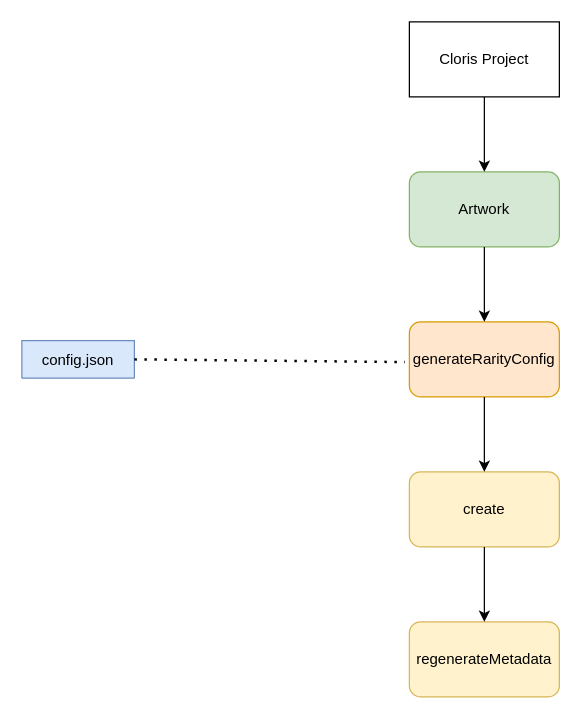
The draw.io diagram ClorisRoadmap.drawio in shaunmsoria/Cloris, before the edit. Source tidied: cells renumbered, new cells numbered last; positions are measured from the earlier drawing's top-left corner, leaving out a move shared by most shapes. Both pictures are drawn from the tidied source at 125%, with x=0, y=0 at pixel (21, 21).
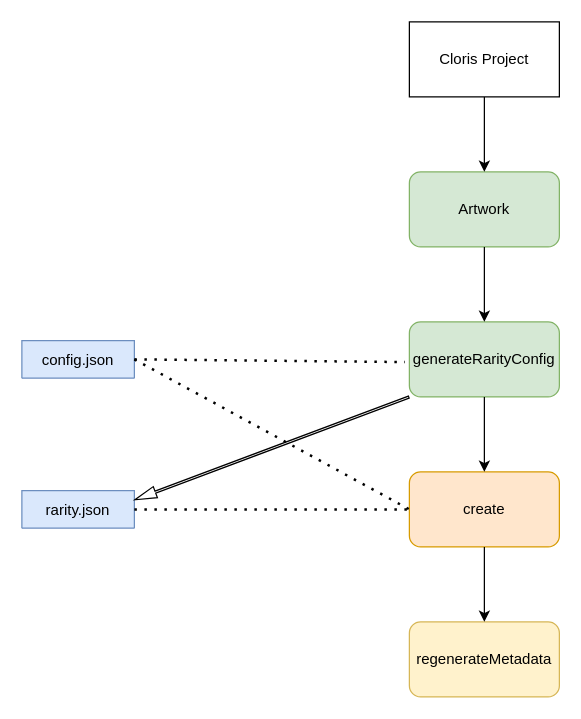
Above is the later version.

What changed in the source:
```diff
@@
 <mxGraphModel>
   <root>
     <mxCell id="0" />
     <mxCell id="1" parent="0" />
     <mxCell id="2" value="Cloris Project" style="rounded=0;whiteSpace=wrap;html=1;" parent="1" vertex="1">
       <mxGeometry x="310" width="120" height="60" as="geometry" />
     </mxCell>
     <mxCell id="3" value="Artwork" style="rounded=1;whiteSpace=wrap;html=1;fillColor=#d5e8d4;strokeColor=#82b366;" parent="1" vertex="1">
       <mxGeometry x="310" y="120" width="120" height="60" as="geometry" />
     </mxCell>
-    <mxCell id="4" value="generateRarityConfig" style="rounded=1;whiteSpace=wrap;html=1;fillColor=#ffe6cc;strokeColor=#d79b00;" parent="1" vertex="1">
+    <mxCell id="4" value="generateRarityConfig" style="rounded=1;whiteSpace=wrap;html=1;fillColor=#d5e8d4;strokeColor=#82b366;" parent="1" vertex="1">
       <mxGeometry x="310" y="240" width="120" height="60" as="geometry" />
     </mxCell>
-    <mxCell id="5" value="create" style="rounded=1;whiteSpace=wrap;html=1;fillColor=#fff2cc;strokeColor=#d6b656;" parent="1" vertex="1">
+    <mxCell id="5" value="create" style="rounded=1;whiteSpace=wrap;html=1;fillColor=#ffe6cc;strokeColor=#d79b00;" parent="1" vertex="1">
       <mxGeometry x="310" y="360" width="120" height="60" as="geometry" />
     </mxCell>
     <mxCell id="6" value="regenerateMetadata" style="rounded=1;whiteSpace=wrap;html=1;fillColor=#fff2cc;strokeColor=#d6b656;" parent="1" vertex="1">
       <mxGeometry x="310" y="480" width="120" height="60" as="geometry" />
     </mxCell>
     <mxCell id="7" value="config.json" style="swimlane;fontStyle=0;horizontal=1;startSize=30;fillColor=#dae8fc;strokeColor=#6c8ebf;" parent="1" vertex="1" collapsed="1">
       <mxGeometry y="255" width="90" height="30" as="geometry" />
     </mxCell>
     <mxCell id="8" style="endArrow=classic;html=1;rounded=0;exitX=0.5;exitY=1;exitDx=0;exitDy=0;entryX=0.5;entryY=0;entryDx=0;entryDy=0;" parent="1" edge="1" source="2" target="3">
       <mxGeometry relative="1" as="geometry" />
     </mxCell>
     <mxCell id="9" style="endArrow=classic;html=1;rounded=0;exitX=0.5;exitY=1;exitDx=0;exitDy=0;entryX=0.5;entryY=0;entryDx=0;entryDy=0;" parent="1" edge="1" source="3" target="4">
       <mxGeometry relative="1" as="geometry" />
     </mxCell>
     <mxCell id="10" style="endArrow=classic;html=1;rounded=0;exitX=0.5;exitY=1;exitDx=0;exitDy=0;entryX=0.5;entryY=0;entryDx=0;entryDy=0;" parent="1" edge="1" source="4" target="5">
       <mxGeometry relative="1" as="geometry" />
     </mxCell>
     <mxCell id="11" style="endArrow=classic;html=1;rounded=0;exitX=0.5;exitY=1;exitDx=0;exitDy=0;entryX=0.5;entryY=0;entryDx=0;entryDy=0;" parent="1" edge="1" source="5" target="6">
       <mxGeometry relative="1" as="geometry" />
     </mxCell>
     <mxCell id="12" style="endArrow=none;dashed=1;html=1;dashPattern=1 3;strokeWidth=2;rounded=0;entryX=-0.029;entryY=0.536;entryDx=0;entryDy=0;entryPerimeter=0;exitX=1;exitY=0.5;exitDx=0;exitDy=0;" parent="1" edge="1" source="7" target="4">
       <mxGeometry relative="1" as="geometry" />
     </mxCell>
+    <mxCell id="13" value="rarity.json" style="swimlane;fontStyle=0;horizontal=1;startSize=30;fillColor=#dae8fc;strokeColor=#6c8ebf;" parent="1" vertex="1" collapsed="1">
+      <mxGeometry y="375" width="90" height="30" as="geometry" />
+    </mxCell>
+    <mxCell id="14" style="shape=flexArrow;endArrow=classic;html=1;rounded=0;entryX=1;entryY=0.25;entryDx=0;entryDy=0;exitX=0;exitY=1;exitDx=0;exitDy=0;width=1.6666666666666667;endSize=5.473333333333334;endWidth=6.777777777777778;" parent="1" edge="1" source="4" target="13">
+      <mxGeometry relative="1" as="geometry" />
+    </mxCell>
+    <mxCell id="15" style="endArrow=none;dashed=1;html=1;dashPattern=1 3;strokeWidth=2;rounded=0;entryX=0;entryY=0.5;entryDx=0;entryDy=0;" parent="1" edge="1" source="13" target="5">
+      <mxGeometry relative="1" as="geometry" />
+    </mxCell>
+    <mxCell id="16" style="endArrow=none;dashed=1;html=1;dashPattern=1 3;strokeWidth=2;rounded=0;exitX=1;exitY=0.5;exitDx=0;exitDy=0;entryX=0;entryY=0.5;entryDx=0;entryDy=0;" parent="1" edge="1" source="7" target="5">
+      <mxGeometry relative="1" as="geometry" />
+    </mxCell>
   </root>
 </mxGraphModel>
```
